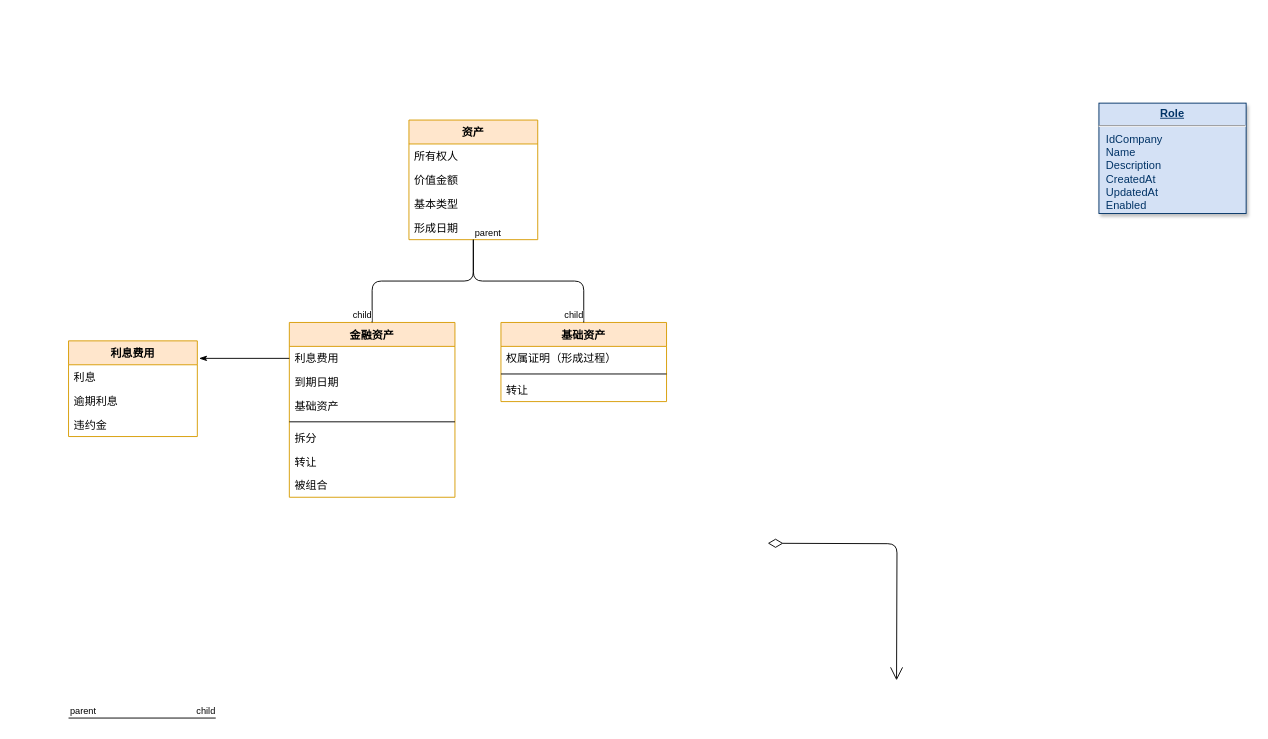
Before: 金融资产模型.drawio in flyingleaf886/MyDesign, a draw.io diagram. Source tidied: cells renumbered, new cells numbered last; positions are measured from the earlier drawing's top-left corner, leaving out a move shared by most shapes. Both pictures are drawn from the tidied source at 92%, with x=0, y=0 at pixel (68, 103).
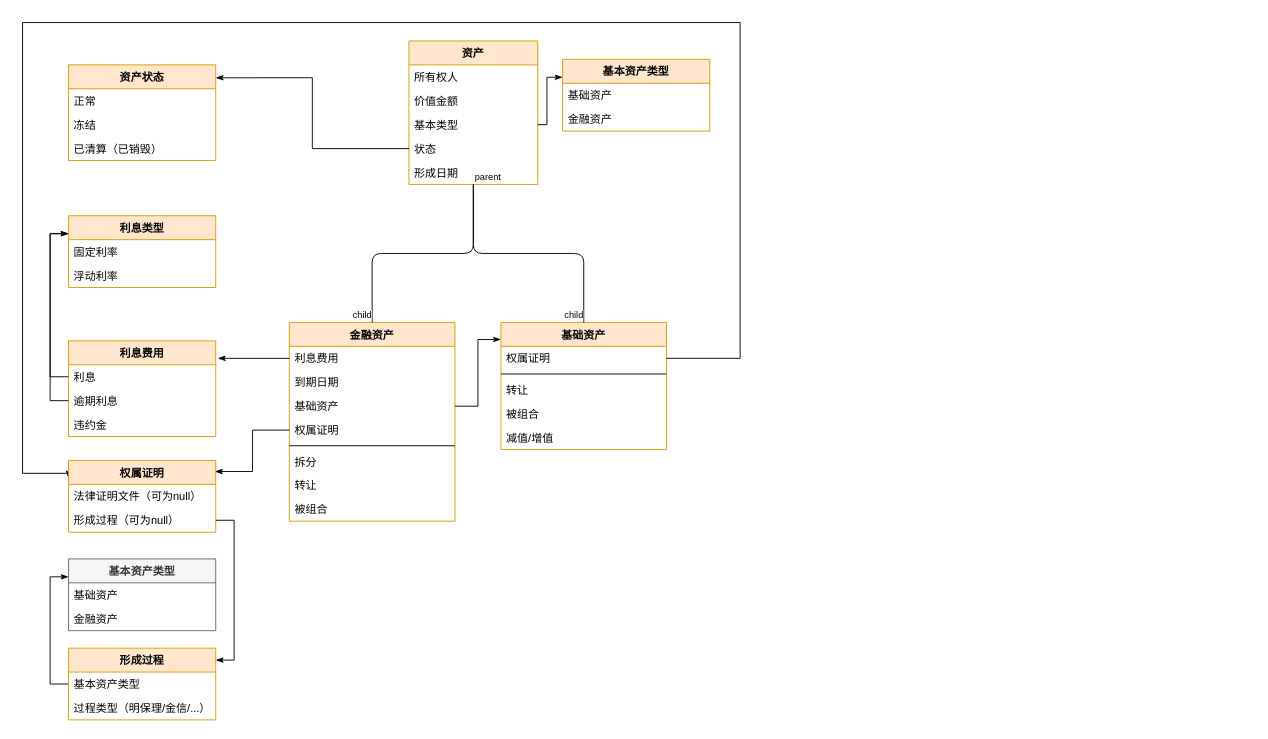
After the change.

Commit message (it also covers changes not shown here):
更新金融资产模型.drawio

The change refers to these unchanged cells:
```xml
<mxCell id="11" value="基本类型" style="text;strokeColor=none;fillColor=none;align=left;verticalAlign=top;spacingLeft=4;spacingRight=4;overflow=hidden;points=[[0,0.5],[1,0.5]];portConstraint=eastwest;" parent="8" vertex="1">
  <mxGeometry y="78" width="140" height="26" as="geometry" />
</mxCell>
<mxCell id="16" value="基础资产" style="text;strokeColor=none;fillColor=none;align=left;verticalAlign=top;spacingLeft=4;spacingRight=4;overflow=hidden;points=[[0,0.5],[1,0.5]];portConstraint=eastwest;" parent="13" vertex="1">
  <mxGeometry y="78" width="180" height="26" as="geometry" />
</mxCell>
```

What changed in the source:
```diff
@@
-    <mxCell id="2" value="&lt;p style=&quot;margin: 0px; margin-top: 4px; text-align: center; text-decoration: underline;&quot;&gt;&lt;strong&gt;Role&lt;/strong&gt;&lt;/p&gt;&lt;hr /&gt;&lt;p style=&quot;margin: 0px; margin-left: 8px;&quot;&gt;IdCompany&lt;br /&gt;Name&lt;/p&gt;&lt;p style=&quot;margin: 0px; margin-left: 8px;&quot;&gt;Description&lt;/p&gt;&lt;p style=&quot;margin: 0px; margin-left: 8px;&quot;&gt;CreatedAt&lt;/p&gt;&lt;p style=&quot;margin: 0px; margin-left: 8px;&quot;&gt;UpdatedAt&lt;/p&gt;&lt;p style=&quot;margin: 0px; margin-left: 8px;&quot;&gt;Enabled&lt;/p&gt;" style="verticalAlign=top;align=left;overflow=fill;fontSize=12;fontFamily=Helvetica;html=1;strokeColor=#003366;shadow=1;fillColor=#D4E1F5;fontColor=#003366;" parent="1" vertex="1">
-      <mxGeometry x="1120" y="-0.4" width="160" height="120" as="geometry" />
-    </mxCell>
-    <mxCell id="3" style="endArrow=open;endSize=12;startArrow=diamondThin;startSize=14;startFill=0;edgeStyle=orthogonalEdgeStyle;" parent="1" edge="1">
-      <mxGeometry x="739.4" y="98" as="geometry">
-        <mxPoint x="760" y="478" as="sourcePoint" />
-        <mxPoint x="900" y="627" as="targetPoint" />
-      </mxGeometry>
-    </mxCell>
     <mxCell id="4" value="利息费用" style="swimlane;fontStyle=1;horizontal=1;startSize=26;fillColor=#ffe6cc;align=center;html=0;strokeColor=#d79b00;" parent="1" vertex="1">
-      <mxGeometry y="258" width="140" height="104" as="geometry" />
+      <mxGeometry y="258" width="160" height="104" as="geometry" />
     </mxCell>
     <mxCell id="5" value="利息" style="text;strokeColor=none;fillColor=none;align=left;verticalAlign=top;spacingLeft=4;spacingRight=4;overflow=hidden;points=[[0,0.5],[1,0.5]];portConstraint=eastwest;" parent="4" vertex="1">
-      <mxGeometry y="26" width="140" height="26" as="geometry" />
+      <mxGeometry y="26" width="160" height="26" as="geometry" />
     </mxCell>
     <mxCell id="6" value="逾期利息" style="text;strokeColor=none;fillColor=none;align=left;verticalAlign=top;spacingLeft=4;spacingRight=4;overflow=hidden;points=[[0,0.5],[1,0.5]];portConstraint=eastwest;" parent="4" vertex="1">
-      <mxGeometry y="52" width="140" height="26" as="geometry" />
+      <mxGeometry y="52" width="160" height="26" as="geometry" />
     </mxCell>
     <mxCell id="7" value="违约金" style="text;strokeColor=none;fillColor=none;align=left;verticalAlign=top;spacingLeft=4;spacingRight=4;overflow=hidden;" parent="4" vertex="1">
-      <mxGeometry y="78" width="140" height="26" as="geometry" />
+      <mxGeometry y="78" width="160" height="26" as="geometry" />
     </mxCell>
     <mxCell id="8" value="资产" style="swimlane;fontStyle=1;horizontal=1;startSize=26;fillColor=#ffe6cc;align=center;html=0;strokeColor=#d79b00;" parent="1" vertex="1">
-      <mxGeometry x="370" y="18" width="140" height="130" as="geometry" />
+      <mxGeometry x="370" y="-68" width="140" height="156" as="geometry" />
     </mxCell>
@@
+    <mxCell id="35" value="状态" style="text;strokeColor=none;fillColor=none;align=left;verticalAlign=top;spacingLeft=4;spacingRight=4;overflow=hidden;points=[[0,0.5],[1,0.5]];portConstraint=eastwest;" parent="8" vertex="1">
+      <mxGeometry y="104" width="140" height="26" as="geometry" />
+    </mxCell>
     <mxCell id="12" value="形成日期" style="text;strokeColor=none;fillColor=none;align=left;verticalAlign=top;spacingLeft=4;spacingRight=4;overflow=hidden;" parent="8" vertex="1">
-      <mxGeometry y="104" width="140" height="26" as="geometry" />
+      <mxGeometry y="130" width="140" height="26" as="geometry" />
     </mxCell>
     <mxCell id="13" value="金融资产" style="swimlane;fontStyle=1;align=center;verticalAlign=top;horizontal=1;startSize=26;html=0;shadow=0;glass=0;comic=0;fillColor=#ffe6cc;strokeColor=#d79b00;" parent="1" vertex="1">
-      <mxGeometry x="240" y="238" width="180" height="190" as="geometry" />
+      <mxGeometry x="240" y="238" width="180" height="216" as="geometry" />
     </mxCell>
@@
+    <mxCell id="36" value="权属证明" style="text;strokeColor=none;fillColor=none;align=left;verticalAlign=top;spacingLeft=4;spacingRight=4;overflow=hidden;points=[[0,0.5],[1,0.5]];portConstraint=eastwest;" parent="13" vertex="1">
+      <mxGeometry y="104" width="180" height="26" as="geometry" />
+    </mxCell>
     <mxCell id="17" style="line;strokeWidth=1;fillColor=none;align=left;verticalAlign=middle;spacingTop=-1;spacingLeft=3;spacingRight=3;labelPosition=right;" parent="13" vertex="1">
-      <mxGeometry y="104" width="180" height="8" as="geometry" />
+      <mxGeometry y="130" width="180" height="8" as="geometry" />
     </mxCell>
     <mxCell id="18" value="拆分" style="text;strokeColor=none;fillColor=none;align=left;verticalAlign=top;spacingLeft=4;spacingRight=4;overflow=hidden;" parent="13" vertex="1">
-      <mxGeometry y="112" width="180" height="26" as="geometry" />
+      <mxGeometry y="138" width="180" height="26" as="geometry" />
     </mxCell>
     <mxCell id="19" value="转让" style="text;strokeColor=none;fillColor=none;align=left;verticalAlign=top;spacingLeft=4;spacingRight=4;overflow=hidden;" parent="13" vertex="1">
-      <mxGeometry y="138" width="180" height="26" as="geometry" />
+      <mxGeometry y="164" width="180" height="26" as="geometry" />
     </mxCell>
     <mxCell id="20" value="被组合" style="text;strokeColor=none;fillColor=none;align=left;verticalAlign=top;spacingLeft=4;spacingRight=4;overflow=hidden;" parent="13" vertex="1">
-      <mxGeometry y="164" width="180" height="26" as="geometry" />
+      <mxGeometry y="190" width="180" height="26" as="geometry" />
     </mxCell>
@@
     <mxCell id="25" value="基础资产" style="swimlane;fontStyle=1;align=center;verticalAlign=top;horizontal=1;startSize=26;html=0;shadow=0;glass=0;comic=0;fillColor=#ffe6cc;strokeColor=#d79b00;" parent="1" vertex="1">
-      <mxGeometry x="470" y="238" width="180" height="86" as="geometry" />
+      <mxGeometry x="470" y="238" width="180" height="138" as="geometry" />
     </mxCell>
-    <mxCell id="26" value="权属证明（形成过程）" style="text;strokeColor=none;fillColor=none;align=left;verticalAlign=top;spacingLeft=4;spacingRight=4;overflow=hidden;points=[[0,0.5],[1,0.5]];portConstraint=eastwest;" parent="25" vertex="1">
+    <mxCell id="26" value="权属证明" style="text;strokeColor=none;fillColor=none;align=left;verticalAlign=top;spacingLeft=4;spacingRight=4;overflow=hidden;points=[[0,0.5],[1,0.5]];portConstraint=eastwest;" parent="25" vertex="1">
       <mxGeometry y="26" width="180" height="26" as="geometry" />
     </mxCell>
@@
-    <mxCell id="29" style="endArrow=none;html=1;edgeStyle=orthogonalEdgeStyle;" parent="1" edge="1">
-      <mxGeometry relative="1" as="geometry">
-        <mxPoint y="668" as="sourcePoint" />
-        <mxPoint x="160" y="668" as="targetPoint" />
-      </mxGeometry>
-    </mxCell>
-    <mxCell id="30" value="parent" style="html=1;align=left;verticalAlign=bottom;labelBackgroundColor=#ffffff;fontSize=10;" parent="29" vertex="1">
-      <mxGeometry x="-1" relative="1" as="geometry" />
-    </mxCell>
-    <mxCell id="31" value="child" style="html=1;align=right;verticalAlign=bottom;labelBackgroundColor=#ffffff;fontSize=10;" parent="29" vertex="1">
-      <mxGeometry x="1" relative="1" as="geometry" />
-    </mxCell>
+    <mxCell id="37" value="被组合" style="text;strokeColor=none;fillColor=none;align=left;verticalAlign=top;spacingLeft=4;spacingRight=4;overflow=hidden;" parent="25" vertex="1">
+      <mxGeometry y="86" width="180" height="26" as="geometry" />
+    </mxCell>
+    <mxCell id="38" value="减值/增值" style="text;strokeColor=none;fillColor=none;align=left;verticalAlign=top;spacingLeft=4;spacingRight=4;overflow=hidden;" parent="25" vertex="1">
+      <mxGeometry y="112" width="180" height="26" as="geometry" />
+    </mxCell>
@@
+    <mxCell id="39" style="edgeStyle=orthogonalEdgeStyle;rounded=0;jettySize=auto;html=1;entryX=0.994;entryY=0.154;entryDx=0;entryDy=0;endArrow=classicThin;endFill=1;entryPerimeter=0;" parent="1" edge="1" source="36" target="41">
+      <mxGeometry relative="1" as="geometry" />
+    </mxCell>
+    <mxCell id="40" style="edgeStyle=orthogonalEdgeStyle;rounded=0;jettySize=auto;html=1;endArrow=classicThin;endFill=1;entryX=0;entryY=0.25;entryDx=0;entryDy=0;exitX=1;exitY=0.5;exitDx=0;exitDy=0;" parent="1" edge="1" source="26" target="41">
+      <mxGeometry relative="1" as="geometry">
+        <Array as="points">
+          <mxPoint x="730" y="277" />
+          <mxPoint x="730" y="-88" />
+          <mxPoint x="-50" y="-88" />
+          <mxPoint x="-50" y="402" />
+          <mxPoint y="402" />
+        </Array>
+      </mxGeometry>
+    </mxCell>
+    <mxCell id="41" value="权属证明" style="swimlane;fontStyle=1;horizontal=1;startSize=26;fillColor=#ffe6cc;align=center;html=0;strokeColor=#d79b00;" parent="1" vertex="1">
+      <mxGeometry y="388" width="160" height="78" as="geometry" />
+    </mxCell>
+    <mxCell id="42" value="法律证明文件（可为null）" style="text;strokeColor=none;fillColor=none;align=left;verticalAlign=top;spacingLeft=4;spacingRight=4;overflow=hidden;" parent="41" vertex="1">
+      <mxGeometry y="26" width="160" height="26" as="geometry" />
+    </mxCell>
+    <mxCell id="43" value="形成过程（可为null）" style="text;strokeColor=none;fillColor=none;align=left;verticalAlign=top;spacingLeft=4;spacingRight=4;overflow=hidden;points=[[0,0.5],[1,0.5]];portConstraint=eastwest;" parent="41" vertex="1">
+      <mxGeometry y="52" width="160" height="26" as="geometry" />
+    </mxCell>
+    <mxCell id="44" style="edgeStyle=orthogonalEdgeStyle;rounded=0;jettySize=auto;html=1;entryX=0;entryY=0.134;entryDx=0;entryDy=0;entryPerimeter=0;endArrow=classicThin;endFill=1;" parent="1" edge="1" source="16" target="25">
+      <mxGeometry relative="1" as="geometry" />
+    </mxCell>
+    <mxCell id="45" value="资产状态" style="swimlane;fontStyle=1;horizontal=1;startSize=26;fillColor=#ffe6cc;align=center;html=0;strokeColor=#d79b00;" parent="1" vertex="1">
+      <mxGeometry y="-42" width="160" height="104" as="geometry" />
+    </mxCell>
+    <mxCell id="46" value="正常" style="text;strokeColor=none;fillColor=none;align=left;verticalAlign=top;spacingLeft=4;spacingRight=4;overflow=hidden;" parent="45" vertex="1">
+      <mxGeometry y="26" width="160" height="26" as="geometry" />
+    </mxCell>
+    <mxCell id="47" value="冻结" style="text;strokeColor=none;fillColor=none;align=left;verticalAlign=top;spacingLeft=4;spacingRight=4;overflow=hidden;" parent="45" vertex="1">
+      <mxGeometry y="52" width="160" height="26" as="geometry" />
+    </mxCell>
+    <mxCell id="48" value="已清算（已销毁）" style="text;strokeColor=none;fillColor=none;align=left;verticalAlign=top;spacingLeft=4;spacingRight=4;overflow=hidden;" parent="45" vertex="1">
+      <mxGeometry y="78" width="160" height="26" as="geometry" />
+    </mxCell>
+    <mxCell id="49" style="edgeStyle=orthogonalEdgeStyle;rounded=0;jettySize=auto;html=1;entryX=1;entryY=0.135;entryDx=0;entryDy=0;entryPerimeter=0;endArrow=classicThin;endFill=1;" parent="1" edge="1" source="35" target="45">
+      <mxGeometry relative="1" as="geometry" />
+    </mxCell>
+    <mxCell id="50" value="利息类型" style="swimlane;fontStyle=1;horizontal=1;startSize=26;fillColor=#ffe6cc;align=center;html=0;strokeColor=#d79b00;" parent="1" vertex="1">
+      <mxGeometry y="122" width="160" height="78" as="geometry" />
+    </mxCell>
+    <mxCell id="51" value="固定利率" style="text;strokeColor=none;fillColor=none;align=left;verticalAlign=top;spacingLeft=4;spacingRight=4;overflow=hidden;" parent="50" vertex="1">
+      <mxGeometry y="26" width="160" height="26" as="geometry" />
+    </mxCell>
+    <mxCell id="52" value="浮动利率" style="text;strokeColor=none;fillColor=none;align=left;verticalAlign=top;spacingLeft=4;spacingRight=4;overflow=hidden;" parent="50" vertex="1">
+      <mxGeometry y="52" width="160" height="26" as="geometry" />
+    </mxCell>
+    <mxCell id="53" style="edgeStyle=orthogonalEdgeStyle;rounded=0;jettySize=auto;html=1;entryX=0;entryY=0.25;entryDx=0;entryDy=0;endArrow=classicThin;endFill=1;" parent="1" edge="1" source="5" target="50">
+      <mxGeometry relative="1" as="geometry" />
+    </mxCell>
+    <mxCell id="54" style="edgeStyle=orthogonalEdgeStyle;rounded=0;jettySize=auto;html=1;endArrow=classicThin;endFill=1;entryX=0;entryY=0.25;entryDx=0;entryDy=0;" parent="1" edge="1" source="6" target="50">
+      <mxGeometry relative="1" as="geometry" />
+    </mxCell>
+    <mxCell id="55" style="edgeStyle=orthogonalEdgeStyle;rounded=0;jettySize=auto;html=1;entryX=0;entryY=0.25;entryDx=0;entryDy=0;endArrow=classicThin;endFill=1;" parent="1" edge="1" source="56" target="63">
+      <mxGeometry relative="1" as="geometry">
+        <Array as="points">
+          <mxPoint x="-20" y="631" />
+          <mxPoint x="-20" y="515" />
+        </Array>
+      </mxGeometry>
+    </mxCell>
+    <mxCell id="56" value="形成过程" style="swimlane;fontStyle=1;horizontal=1;startSize=26;fillColor=#ffe6cc;align=center;html=0;strokeColor=#d79b00;" parent="1" vertex="1">
+      <mxGeometry y="592" width="160" height="78" as="geometry" />
+    </mxCell>
+    <mxCell id="57" value="基本资产类型" style="text;strokeColor=none;fillColor=none;align=left;verticalAlign=top;spacingLeft=4;spacingRight=4;overflow=hidden;" parent="56" vertex="1">
+      <mxGeometry y="26" width="160" height="26" as="geometry" />
+    </mxCell>
+    <mxCell id="58" value="过程类型（明保理/金信/...）" style="text;strokeColor=none;fillColor=none;align=left;verticalAlign=top;spacingLeft=4;spacingRight=4;overflow=hidden;" parent="56" vertex="1">
+      <mxGeometry y="52" width="160" height="26" as="geometry" />
+    </mxCell>
+    <mxCell id="59" value="基本资产类型" style="swimlane;fontStyle=1;horizontal=1;startSize=26;fillColor=#ffe6cc;align=center;html=0;strokeColor=#d79b00;" parent="1" vertex="1">
+      <mxGeometry x="537" y="-48" width="160" height="78" as="geometry" />
+    </mxCell>
+    <mxCell id="60" value="基础资产" style="text;strokeColor=none;fillColor=none;align=left;verticalAlign=top;spacingLeft=4;spacingRight=4;overflow=hidden;" parent="59" vertex="1">
+      <mxGeometry y="26" width="160" height="26" as="geometry" />
+    </mxCell>
+    <mxCell id="61" value="金融资产" style="text;strokeColor=none;fillColor=none;align=left;verticalAlign=top;spacingLeft=4;spacingRight=4;overflow=hidden;" parent="59" vertex="1">
+      <mxGeometry y="52" width="160" height="26" as="geometry" />
+    </mxCell>
+    <mxCell id="62" style="edgeStyle=orthogonalEdgeStyle;rounded=0;jettySize=auto;html=1;entryX=0;entryY=0.25;entryDx=0;entryDy=0;endArrow=classicThin;endFill=1;" parent="1" edge="1" source="11" target="59">
+      <mxGeometry relative="1" as="geometry">
+        <Array as="points">
+          <mxPoint x="520" y="23" />
+          <mxPoint x="520" y="-28" />
+        </Array>
+      </mxGeometry>
+    </mxCell>
+    <mxCell id="63" value="基本资产类型" style="swimlane;fontStyle=1;horizontal=1;startSize=26;fillColor=#f5f5f5;align=center;html=0;strokeColor=#666666;fontColor=#333333;" parent="1" vertex="1">
+      <mxGeometry y="495" width="160" height="78" as="geometry" />
+    </mxCell>
+    <mxCell id="64" value="基础资产" style="text;strokeColor=none;fillColor=none;align=left;verticalAlign=top;spacingLeft=4;spacingRight=4;overflow=hidden;" parent="63" vertex="1">
+      <mxGeometry y="26" width="160" height="26" as="geometry" />
+    </mxCell>
+    <mxCell id="65" value="金融资产" style="text;strokeColor=none;fillColor=none;align=left;verticalAlign=top;spacingLeft=4;spacingRight=4;overflow=hidden;" parent="63" vertex="1">
+      <mxGeometry y="52" width="160" height="26" as="geometry" />
+    </mxCell>
+    <mxCell id="66" style="edgeStyle=orthogonalEdgeStyle;rounded=0;jettySize=auto;html=1;entryX=1;entryY=0.167;entryDx=0;entryDy=0;entryPerimeter=0;endArrow=classicThin;endFill=1;" parent="1" edge="1" source="43" target="56">
+      <mxGeometry relative="1" as="geometry">
+        <Array as="points">
+          <mxPoint x="180" y="453" />
+          <mxPoint x="180" y="605" />
+        </Array>
+      </mxGeometry>
+    </mxCell>
```
